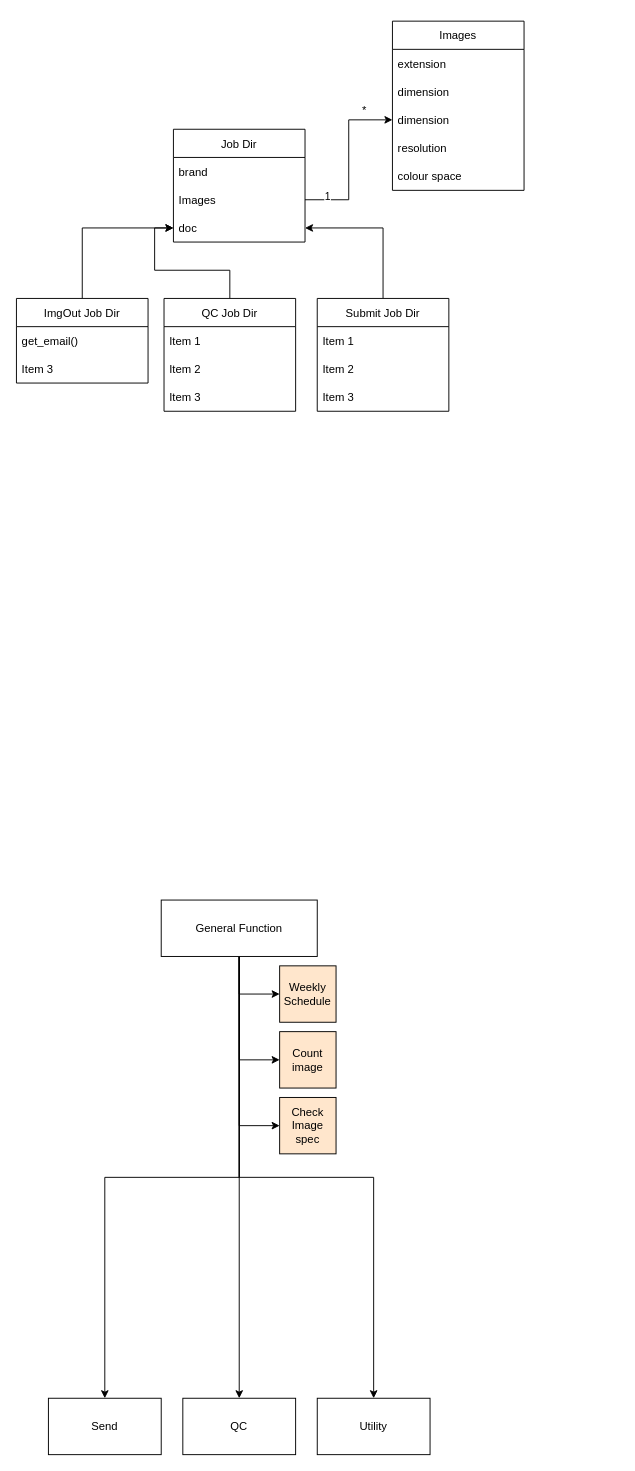
This is python/IHS Class Diagram.drawio from pugtooone/IHS, a draw.io file, before an edit. Source tidied: cells renumbered, new cells numbered last; positions are measured from the earlier drawing's top-left corner, leaving out a move shared by most shapes. Both pictures are drawn from the tidied source at 94%, with x=0, y=0 at pixel (16, 21).
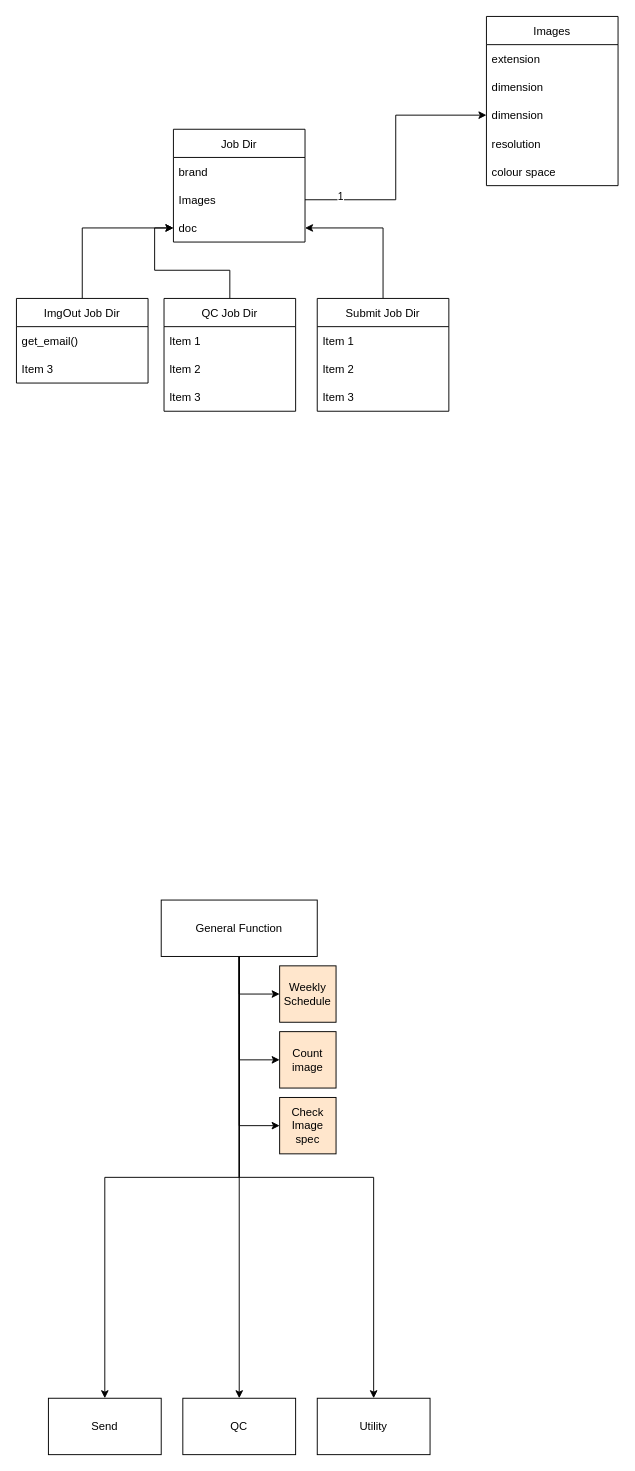
The same diagram, later.

The edit, as a diff of the source:
```diff
@@
     <mxCell id="16" value="Images" style="swimlane;fontStyle=0;horizontal=1;startSize=30;" parent="1" vertex="1">
-      <mxGeometry x="400" width="140" height="180" as="geometry" />
+      <mxGeometry x="500" y="-5" width="140" height="180" as="geometry" />
     </mxCell>
@@
-    <mxCell id="28" value="*" style="text;html=1;align=center;verticalAlign=middle;strokeColor=none;fillColor=none;" parent="1" vertex="1">
-      <mxGeometry x="355" y="80" width="30" height="30" as="geometry" />
-    </mxCell>
```
